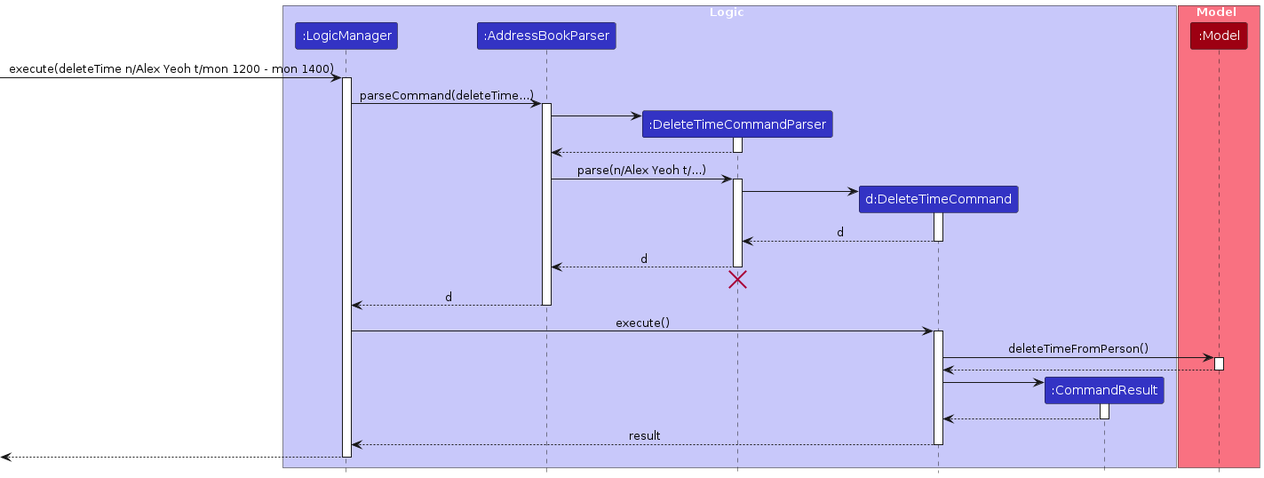
Above: diagrams/DeletePersonTimeDiagram.png in AY2324S1-CS2103T-T10-3/tp (PlantUML), before the change. Its source is kept beside it as diagrams/DeletePersonTimeDiagram.puml. Source of this version:
```plantuml
@startuml
!include style.puml
skinparam ArrowFontStyle plain

box Logic LOGIC_COLOR_T1
participant ":LogicManager" as LogicManager LOGIC_COLOR
participant ":AddressBookParser" as AddressBookParser LOGIC_COLOR
participant ":DeleteTimeCommandParser" as DeleteTimeCommandParser LOGIC_COLOR
participant "d:DeleteTimeCommand" as DeleteTimeCommand LOGIC_COLOR
participant ":CommandResult" as CommandResult LOGIC_COLOR
end box

box Model MODEL_COLOR_T1
participant ":Model" as Model MODEL_COLOR
end box

[-> LogicManager : execute(deleteTime n/Alex Yeoh t/mon 1200 - mon 1400)
activate LogicManager

LogicManager -> AddressBookParser : parseCommand(deleteTime...)
activate AddressBookParser

create DeleteTimeCommandParser
AddressBookParser -> DeleteTimeCommandParser
activate DeleteTimeCommandParser

DeleteTimeCommandParser --> AddressBookParser
deactivate DeleteTimeCommandParser

AddressBookParser -> DeleteTimeCommandParser : parse(n/Alex Yeoh t/...)
activate DeleteTimeCommandParser

create DeleteTimeCommand
DeleteTimeCommandParser -> DeleteTimeCommand
activate DeleteTimeCommand

DeleteTimeCommand --> DeleteTimeCommandParser : d
deactivate DeleteTimeCommand

DeleteTimeCommandParser --> AddressBookParser : d
deactivate DeleteTimeCommandParser
DeleteTimeCommandParser -[hidden]-> AddressBookParser
destroy DeleteTimeCommandParser

AddressBookParser --> LogicManager : d
deactivate AddressBookParser

LogicManager -> DeleteTimeCommand : execute()
activate DeleteTimeCommand

DeleteTimeCommand -> Model : deleteTimeFromPerson()
activate Model

Model --> DeleteTimeCommand
deactivate Model

create CommandResult
DeleteTimeCommand -> CommandResult
activate CommandResult

CommandResult --> DeleteTimeCommand
deactivate CommandResult

DeleteTimeCommand --> LogicManager : result
deactivate DeleteTimeCommand

[<--LogicManager
deactivate LogicManager
@enduml
```
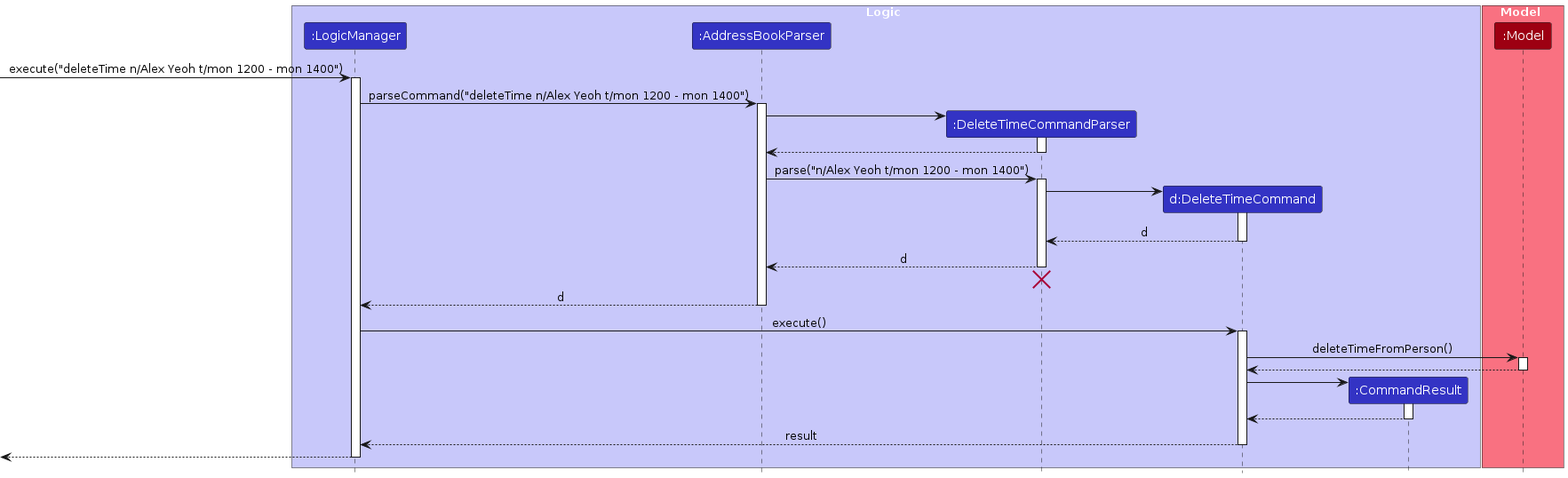
Above is the later version.

What changed in the source:
```diff
@@ -14,10 +14,10 @@
 participant ":Model" as Model MODEL_COLOR
 end box
 
-[-> LogicManager : execute(deleteTime n/Alex Yeoh t/mon 1200 - mon 1400)
+[-> LogicManager : execute("deleteTime n/Alex Yeoh t/mon 1200 - mon 1400")
 activate LogicManager
 
-LogicManager -> AddressBookParser : parseCommand(deleteTime...)
+LogicManager -> AddressBookParser : parseCommand("deleteTime n/Alex Yeoh t/mon 1200 - mon 1400")
 activate AddressBookParser
 
 create DeleteTimeCommandParser
@@ -27,7 +27,7 @@
 DeleteTimeCommandParser --> AddressBookParser
 deactivate DeleteTimeCommandParser
 
-AddressBookParser -> DeleteTimeCommandParser : parse(n/Alex Yeoh t/...)
+AddressBookParser -> DeleteTimeCommandParser : parse("n/Alex Yeoh t/mon 1200 - mon 1400")
 activate DeleteTimeCommandParser
 
 create DeleteTimeCommand
```
